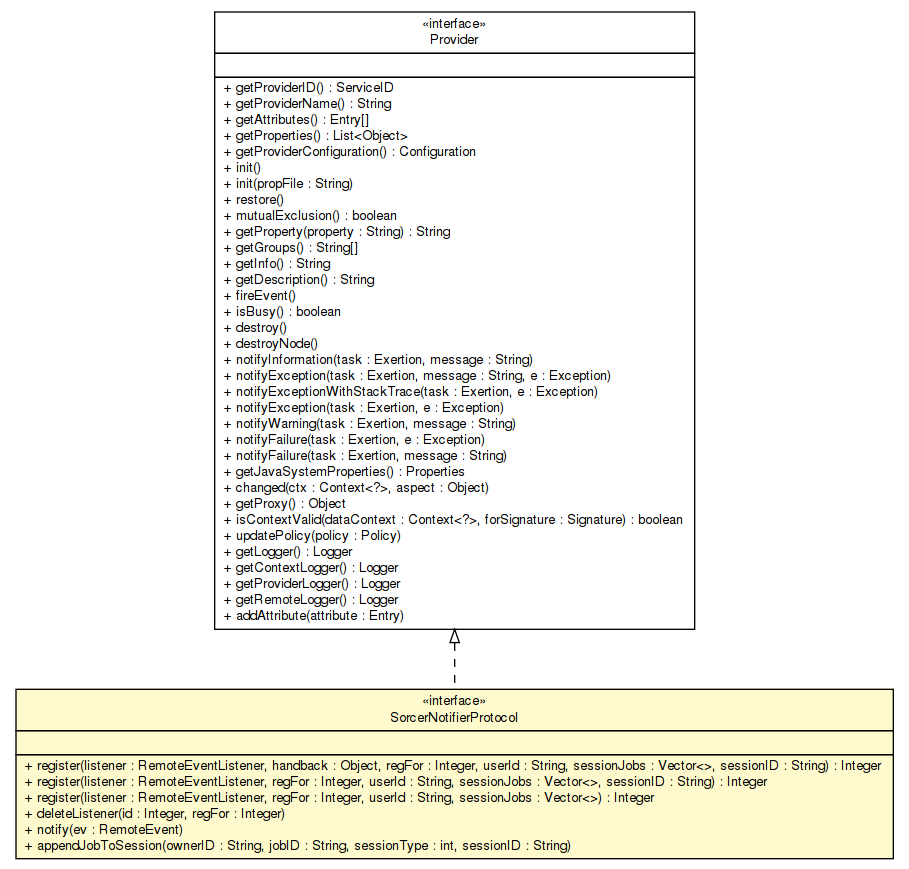
Above: apidocs/sorcer/core/SorcerNotifierProtocol.png in sorcersoft/sorcersoft.github.io (Graphviz), before the change. Its source is kept beside it as apidocs/sorcer/core/SorcerNotifierProtocol.dot.
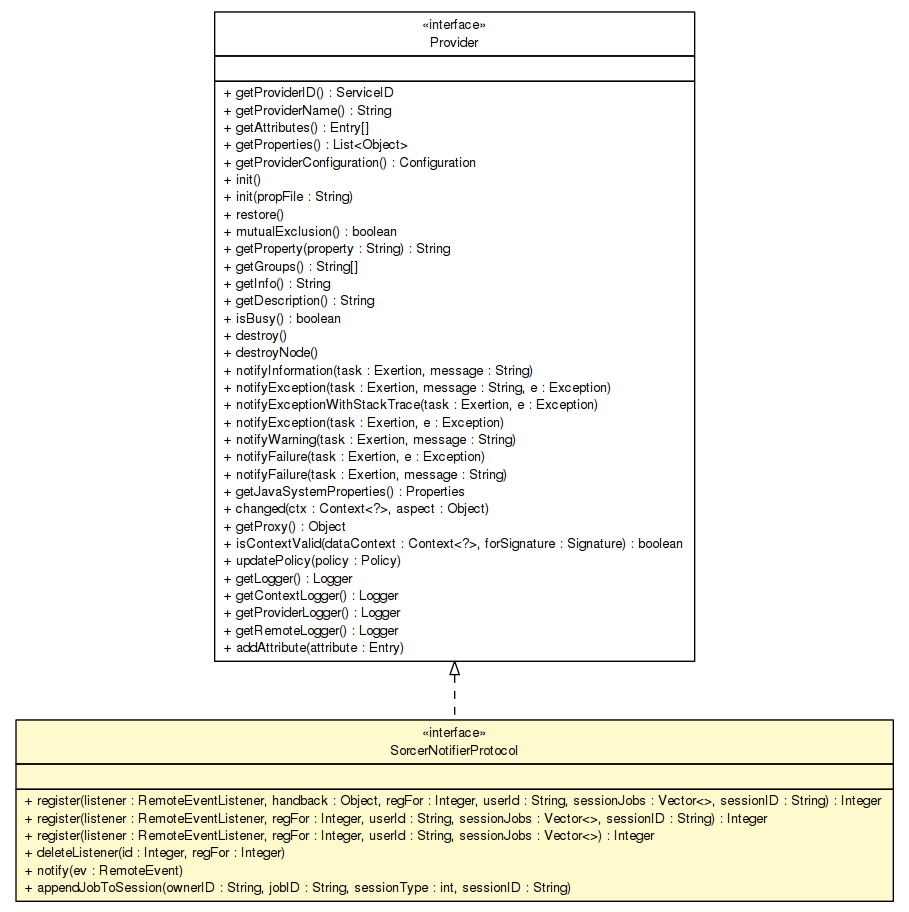
The same diagram one commit later.

Diff of the diagram source:
```diff
@@ -4,7 +4,7 @@
 	node [fontname="Helvetica",fontsize=10,shape=plaintext];
 	nodesep=0.25;
 	ranksep=0.5;
-	c449911 [label=<<table title="sorcer.core.SorcerNotifierProtocol" border="0" cellborder="1" cellspacing="0" cellpadding="2" port="p" bgcolor="lemonChiffon" href="./SorcerNotifierProtocol.html">
+	c515169 [label=<<table title="sorcer.core.SorcerNotifierProtocol" border="0" cellborder="1" cellspacing="0" cellpadding="2" port="p" bgcolor="lemonChiffon" href="./SorcerNotifierProtocol.html">
 		<tr><td><table border="0" cellspacing="0" cellpadding="1">
 <tr><td align="center" balign="center"> &#171;interface&#187; </td></tr>
 <tr><td align="center" balign="center"> SorcerNotifierProtocol </td></tr>
@@ -21,7 +21,7 @@
 <tr><td align="left" balign="left"> + appendJobToSession(ownerID : String, jobID : String, sessionType : int, sessionID : String) </td></tr>
 		</table></td></tr>
 		</table>>, URL="./SorcerNotifierProtocol.html", fontname="Helvetica", fontcolor="black", fontsize=10.0];
-	c449976 [label=<<table title="sorcer.core.provider.Provider" border="0" cellborder="1" cellspacing="0" cellpadding="2" port="p" href="./provider/Provider.html">
+	c515417 [label=<<table title="sorcer.core.provider.Provider" border="0" cellborder="1" cellspacing="0" cellpadding="2" port="p" href="./provider/Provider.html">
 		<tr><td><table border="0" cellspacing="0" cellpadding="1">
 <tr><td align="center" balign="center"> &#171;interface&#187; </td></tr>
 <tr><td align="center" balign="center"> Provider </td></tr>
@@ -43,7 +43,6 @@
 <tr><td align="left" balign="left"> + getGroups() : String[] </td></tr>
 <tr><td align="left" balign="left"> + getInfo() : String </td></tr>
 <tr><td align="left" balign="left"> + getDescription() : String </td></tr>
-<tr><td align="left" balign="left"> + fireEvent() </td></tr>
 <tr><td align="left" balign="left"> + isBusy() : boolean </td></tr>
 <tr><td align="left" balign="left"> + destroy() </td></tr>
 <tr><td align="left" balign="left"> + destroyNode() </td></tr>
@@ -66,5 +65,5 @@
 <tr><td align="left" balign="left"> + addAttribute(attribute : Entry) </td></tr>
 		</table></td></tr>
 		</table>>, URL="./provider/Provider.html", fontname="Helvetica", fontcolor="black", fontsize=10.0];
-	c449976:p -> c449911:p [dir=back,arrowtail=empty,style=dashed];
+	c515417:p -> c515169:p [dir=back,arrowtail=empty,style=dashed];
 }
```
